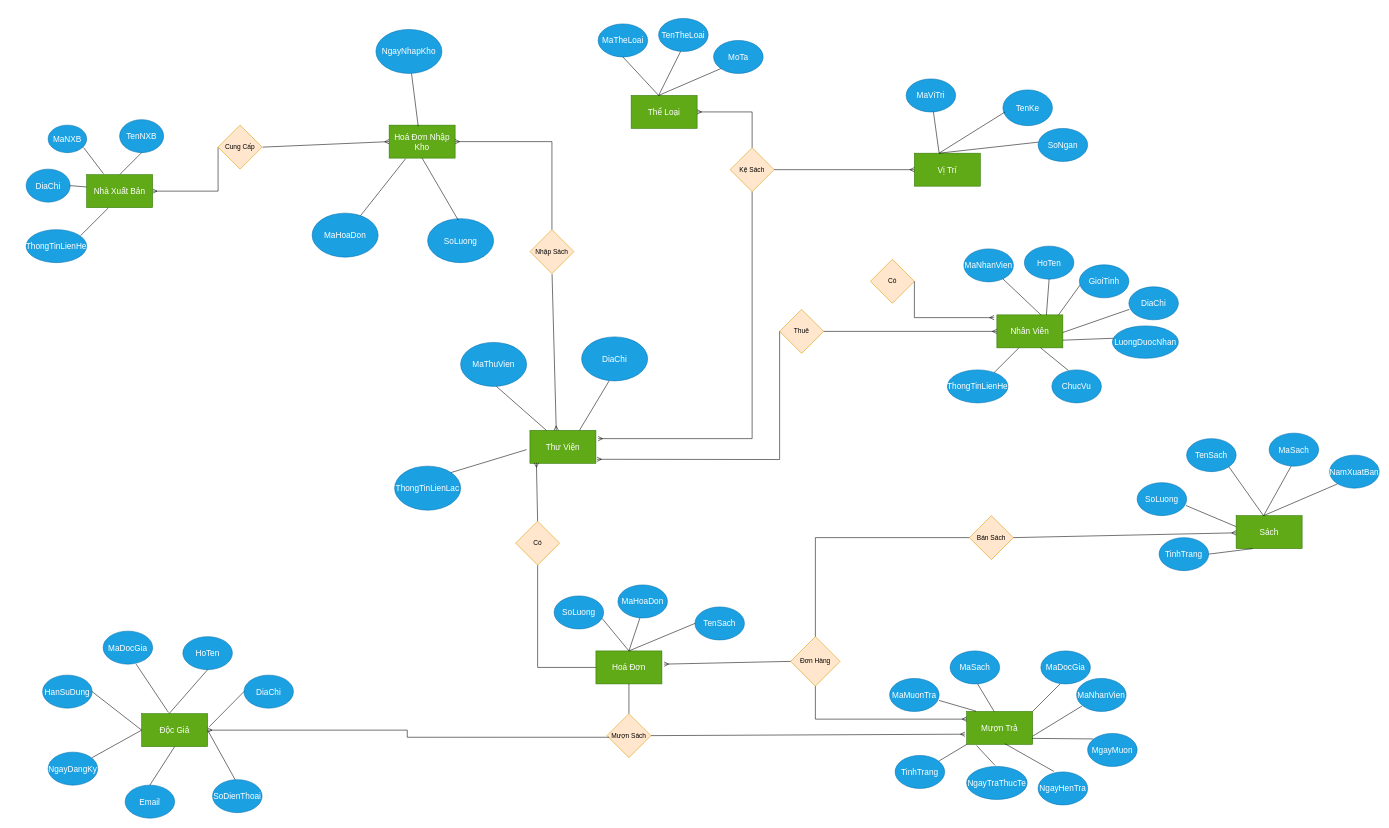
Before: page "ERD" (4 of 5) of Biểu đồ không có tiêu đề.drawio in trunghai04/game-python, a draw.io diagram. Source tidied: cells renumbered, new cells numbered last; positions are measured from the earlier drawing's top-left corner, leaving out a move shared by most shapes. Both pictures are drawn from the tidied source at 55%, with x=0, y=0 at pixel (26, 18).
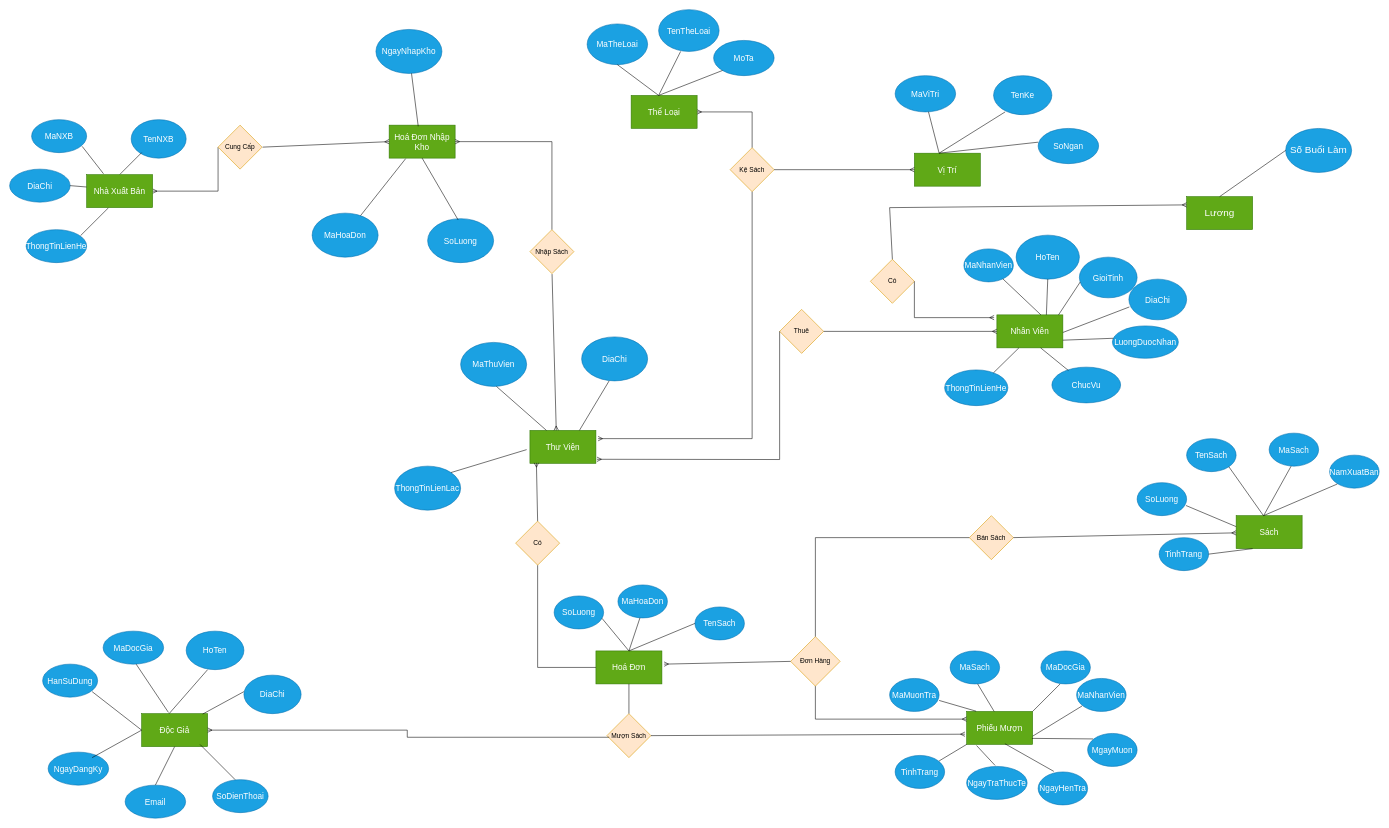
Above is the later version.

Commit message:
Cập nhật Biểu đồ không có tiêu đề.drawio

The change refers to these unchanged cells:
```xml
<mxCell id="44" value="Độc Giả" style="rounded=0;whiteSpace=wrap;html=1;fontSize=15;fillColor=#60a917;strokeColor=#2D7600;fontColor=#ffffff;" parent="1" vertex="1">
  <mxGeometry x="210" y="1264" width="120" height="60" as="geometry" />
</mxCell>
<mxCell id="123" value="Có" style="rhombus;whiteSpace=wrap;html=1;fillColor=#ffe6cc;strokeColor=#d79b00;" parent="1" vertex="1">
  <mxGeometry x="1535" y="438" width="80" height="80" as="geometry" />
</mxCell>
```

Change to the diagram source:
```diff
@@
     <mxCell id="3" value="MaNXB" style="ellipse;whiteSpace=wrap;html=1;fontSize=15;fillColor=#1ba1e2;fontColor=#ffffff;strokeColor=#006EAF;" parent="1" vertex="1">
-      <mxGeometry x="40" y="194" width="70" height="50" as="geometry" />
+      <mxGeometry x="10" y="184" width="100" height="60" as="geometry" />
     </mxCell>
@@
     <mxCell id="5" value="DiaChi" style="ellipse;whiteSpace=wrap;html=1;fontSize=15;fillColor=#1ba1e2;fontColor=#ffffff;strokeColor=#006EAF;" parent="1" vertex="1">
-      <mxGeometry y="274" width="80" height="60" as="geometry" />
+      <mxGeometry x="-30" y="274" width="110" height="60" as="geometry" />
     </mxCell>
     <mxCell id="6" value="TenNXB" style="ellipse;whiteSpace=wrap;html=1;fontSize=15;fillColor=#1ba1e2;fontColor=#ffffff;strokeColor=#006EAF;" parent="1" vertex="1">
-      <mxGeometry x="170" y="184" width="80" height="60" as="geometry" />
+      <mxGeometry x="191" y="184" width="100" height="70" as="geometry" />
     </mxCell>
@@
     <mxCell id="20" value="TenTheLoai" style="ellipse;whiteSpace=wrap;html=1;fontSize=15;fillColor=#1ba1e2;fontColor=#ffffff;strokeColor=#006EAF;" parent="1" vertex="1">
-      <mxGeometry x="1150" width="90" height="60" as="geometry" />
+      <mxGeometry x="1150" y="-16" width="110" height="76" as="geometry" />
     </mxCell>
     <mxCell id="21" value="MaTheLoai" style="ellipse;whiteSpace=wrap;html=1;fontSize=15;fillColor=#1ba1e2;fontColor=#ffffff;strokeColor=#006EAF;" parent="1" vertex="1">
-      <mxGeometry x="1040" y="10" width="90" height="60" as="geometry" />
+      <mxGeometry x="1020" y="10" width="110" height="74" as="geometry" />
     </mxCell>
     <mxCell id="22" value="MoTa" style="ellipse;whiteSpace=wrap;html=1;fontSize=15;fillColor=#1ba1e2;fontColor=#ffffff;strokeColor=#006EAF;" parent="1" vertex="1">
-      <mxGeometry x="1250" y="40" width="90" height="60" as="geometry" />
+      <mxGeometry x="1250" y="40" width="110" height="64" as="geometry" />
     </mxCell>
@@
     <mxCell id="38" value="TenKe" style="ellipse;whiteSpace=wrap;html=1;fontSize=15;fillColor=#1ba1e2;fontColor=#ffffff;strokeColor=#006EAF;" parent="1" vertex="1">
-      <mxGeometry x="1776" y="130" width="90" height="65" as="geometry" />
+      <mxGeometry x="1759" y="104" width="106" height="71" as="geometry" />
     </mxCell>
     <mxCell id="39" value="MaViTri" style="ellipse;whiteSpace=wrap;html=1;fontSize=15;fillColor=#1ba1e2;fontColor=#ffffff;strokeColor=#006EAF;" parent="1" vertex="1">
-      <mxGeometry x="1600" y="110" width="90" height="60" as="geometry" />
+      <mxGeometry x="1580" y="104" width="110" height="66" as="geometry" />
     </mxCell>
     <mxCell id="40" value="SoNgan" style="ellipse;whiteSpace=wrap;html=1;fontSize=15;fillColor=#1ba1e2;fontColor=#ffffff;strokeColor=#006EAF;" parent="1" vertex="1">
-      <mxGeometry x="1840" y="200" width="90" height="60" as="geometry" />
+      <mxGeometry x="1840" y="200" width="110" height="64" as="geometry" />
     </mxCell>
@@
     <mxCell id="45" value="HanSuDung" style="ellipse;whiteSpace=wrap;html=1;fontSize=15;fillColor=#1ba1e2;fontColor=#ffffff;strokeColor=#006EAF;" parent="1" vertex="1">
-      <mxGeometry x="30" y="1194" width="90" height="60" as="geometry" />
+      <mxGeometry x="30" y="1174" width="100" height="60" as="geometry" />
     </mxCell>
     <mxCell id="46" value="MaDocGia" style="ellipse;whiteSpace=wrap;html=1;fontSize=15;fillColor=#1ba1e2;fontColor=#ffffff;strokeColor=#006EAF;" parent="1" vertex="1">
-      <mxGeometry x="140" y="1114" width="90" height="60" as="geometry" />
+      <mxGeometry x="140" y="1114" width="110" height="60" as="geometry" />
     </mxCell>
     <mxCell id="47" value="NgayDangKy" style="ellipse;whiteSpace=wrap;html=1;fontSize=15;fillColor=#1ba1e2;fontColor=#ffffff;strokeColor=#006EAF;" parent="1" vertex="1">
-      <mxGeometry x="40" y="1334" width="90" height="60" as="geometry" />
+      <mxGeometry x="40" y="1334" width="110" height="60" as="geometry" />
     </mxCell>
     <mxCell id="48" value="Email" style="ellipse;whiteSpace=wrap;html=1;fontSize=15;fillColor=#1ba1e2;fontColor=#ffffff;strokeColor=#006EAF;" parent="1" vertex="1">
-      <mxGeometry x="180" y="1394" width="90" height="60" as="geometry" />
+      <mxGeometry x="180" y="1394" width="110" height="60" as="geometry" />
     </mxCell>
     <mxCell id="49" value="DiaChi" style="ellipse;whiteSpace=wrap;html=1;fontSize=15;fillColor=#1ba1e2;fontColor=#ffffff;strokeColor=#006EAF;" parent="1" vertex="1">
-      <mxGeometry x="396" y="1194" width="90" height="60" as="geometry" />
+      <mxGeometry x="396" y="1194" width="104" height="70" as="geometry" />
     </mxCell>
     <mxCell id="50" value="SoDienThoai" style="ellipse;whiteSpace=wrap;html=1;fontSize=15;fillColor=#1ba1e2;fontColor=#ffffff;strokeColor=#006EAF;" parent="1" vertex="1">
-      <mxGeometry x="339" y="1384" width="90" height="60" as="geometry" />
+      <mxGeometry x="339" y="1384" width="101" height="60" as="geometry" />
     </mxCell>
     <mxCell id="51" value="HoTen" style="ellipse;whiteSpace=wrap;html=1;fontSize=15;fillColor=#1ba1e2;fontColor=#ffffff;strokeColor=#006EAF;" parent="1" vertex="1">
-      <mxGeometry x="285" y="1124" width="90" height="60" as="geometry" />
+      <mxGeometry x="291" y="1114" width="105" height="70" as="geometry" />
     </mxCell>
-    <mxCell id="52" style="endArrow=none;html=1;rounded=0;exitX=1.024;exitY=0.399;exitDx=0;exitDy=0;exitPerimeter=0;fontSize=15;" parent="1" edge="1" source="44">
+    <mxCell id="52" style="endArrow=none;html=1;rounded=0;exitX=0.925;exitY=0.013;exitDx=0;exitDy=0;exitPerimeter=0;fontSize=15;" parent="1" edge="1" source="44">
       <mxGeometry relative="1" as="geometry">
         <mxPoint x="396" y="1224" as="targetPoint" />
       </mxGeometry>
     </mxCell>
-    <mxCell id="53" style="endArrow=none;html=1;rounded=0;exitX=1;exitY=0.5;exitDx=0;exitDy=0;fontSize=15;" parent="1" edge="1" source="44">
+    <mxCell id="53" style="endArrow=none;html=1;rounded=0;exitX=0.885;exitY=0.934;exitDx=0;exitDy=0;fontSize=15;exitPerimeter=0;" parent="1" edge="1" source="44">
       <mxGeometry relative="1" as="geometry">
         <mxPoint x="380" y="1384" as="targetPoint" />
       </mxGeometry>
     </mxCell>
@@
     <mxCell id="61" value="ThongTinLienHe" style="ellipse;whiteSpace=wrap;html=1;fontSize=15;fillColor=#1ba1e2;fontColor=#ffffff;strokeColor=#006EAF;" parent="1" vertex="1">
-      <mxGeometry x="1675" y="639" width="110" height="60" as="geometry" />
+      <mxGeometry x="1670" y="639" width="115" height="65" as="geometry" />
     </mxCell>
     <mxCell id="62" value="HoTen" style="ellipse;whiteSpace=wrap;html=1;fontSize=15;fillColor=#1ba1e2;fontColor=#ffffff;strokeColor=#006EAF;" parent="1" vertex="1">
-      <mxGeometry x="1815" y="414" width="90" height="60" as="geometry" />
+      <mxGeometry x="1800" y="394" width="115" height="80" as="geometry" />
     </mxCell>
     <mxCell id="63" value="ChucVu" style="ellipse;whiteSpace=wrap;html=1;fontSize=15;fillColor=#1ba1e2;fontColor=#ffffff;strokeColor=#006EAF;" parent="1" vertex="1">
-      <mxGeometry x="1865" y="639" width="90" height="60" as="geometry" />
+      <mxGeometry x="1865" y="634" width="125" height="65" as="geometry" />
     </mxCell>
@@
-    <mxCell id="68" value="Mượn Trả" style="rounded=0;whiteSpace=wrap;html=1;fontSize=15;fillColor=#60a917;strokeColor=#2D7600;fontColor=#ffffff;" parent="1" vertex="1">
+    <mxCell id="68" value="Phiếu Mượn" style="rounded=0;whiteSpace=wrap;html=1;fontSize=15;fillColor=#60a917;strokeColor=#2D7600;fontColor=#ffffff;" parent="1" vertex="1">
       <mxGeometry x="1710" y="1260" width="120" height="60" as="geometry" />
     </mxCell>
@@
     <mxCell id="85" value="GioiTinh" style="ellipse;whiteSpace=wrap;html=1;fontSize=15;fillColor=#1ba1e2;fontColor=#ffffff;strokeColor=#006EAF;" parent="1" vertex="1">
-      <mxGeometry x="1915" y="448" width="90" height="60" as="geometry" />
+      <mxGeometry x="1915" y="434" width="105" height="74" as="geometry" />
     </mxCell>
@@
     <mxCell id="87" value="DiaChi" style="ellipse;whiteSpace=wrap;html=1;fontSize=15;fillColor=#1ba1e2;fontColor=#ffffff;strokeColor=#006EAF;" parent="1" vertex="1">
-      <mxGeometry x="2005" y="488" width="90" height="60" as="geometry" />
+      <mxGeometry x="2005" y="474" width="105" height="74" as="geometry" />
     </mxCell>
@@
+    <mxCell id="132" value="Lương" style="rounded=0;whiteSpace=wrap;html=1;fontSize=18;fillColor=#60a917;fontColor=#ffffff;strokeColor=#2D7600;" parent="1" vertex="1">
+      <mxGeometry x="2110" y="324" width="120" height="60" as="geometry" />
+    </mxCell>
+    <mxCell id="133" style="endArrow=ERmany;html=1;rounded=0;exitX=0.5;exitY=0;exitDx=0;exitDy=0;entryX=0;entryY=0.25;entryDx=0;entryDy=0;textDirection=ltr;startArrow=none;startFill=0;endFill=0;" parent="1" edge="1" source="123" target="132">
+      <mxGeometry relative="1" as="geometry">
+        <Array as="points">
+          <mxPoint x="1570" y="344" />
+        </Array>
+      </mxGeometry>
+    </mxCell>
+    <mxCell id="134" value="Số Buổi Làm" style="ellipse;whiteSpace=wrap;html=1;fillColor=#1ba1e2;fontColor=#ffffff;strokeColor=#006EAF;fontSize=18;" parent="1" vertex="1">
+      <mxGeometry x="2290" y="200" width="120" height="80" as="geometry" />
+    </mxCell>
+    <mxCell id="135" style="endArrow=none;html=1;rounded=0;entryX=0.5;entryY=0;entryDx=0;entryDy=0;exitX=0;exitY=0.5;exitDx=0;exitDy=0;" parent="1" edge="1" source="134" target="132">
+      <mxGeometry relative="1" as="geometry" />
+    </mxCell>
```
